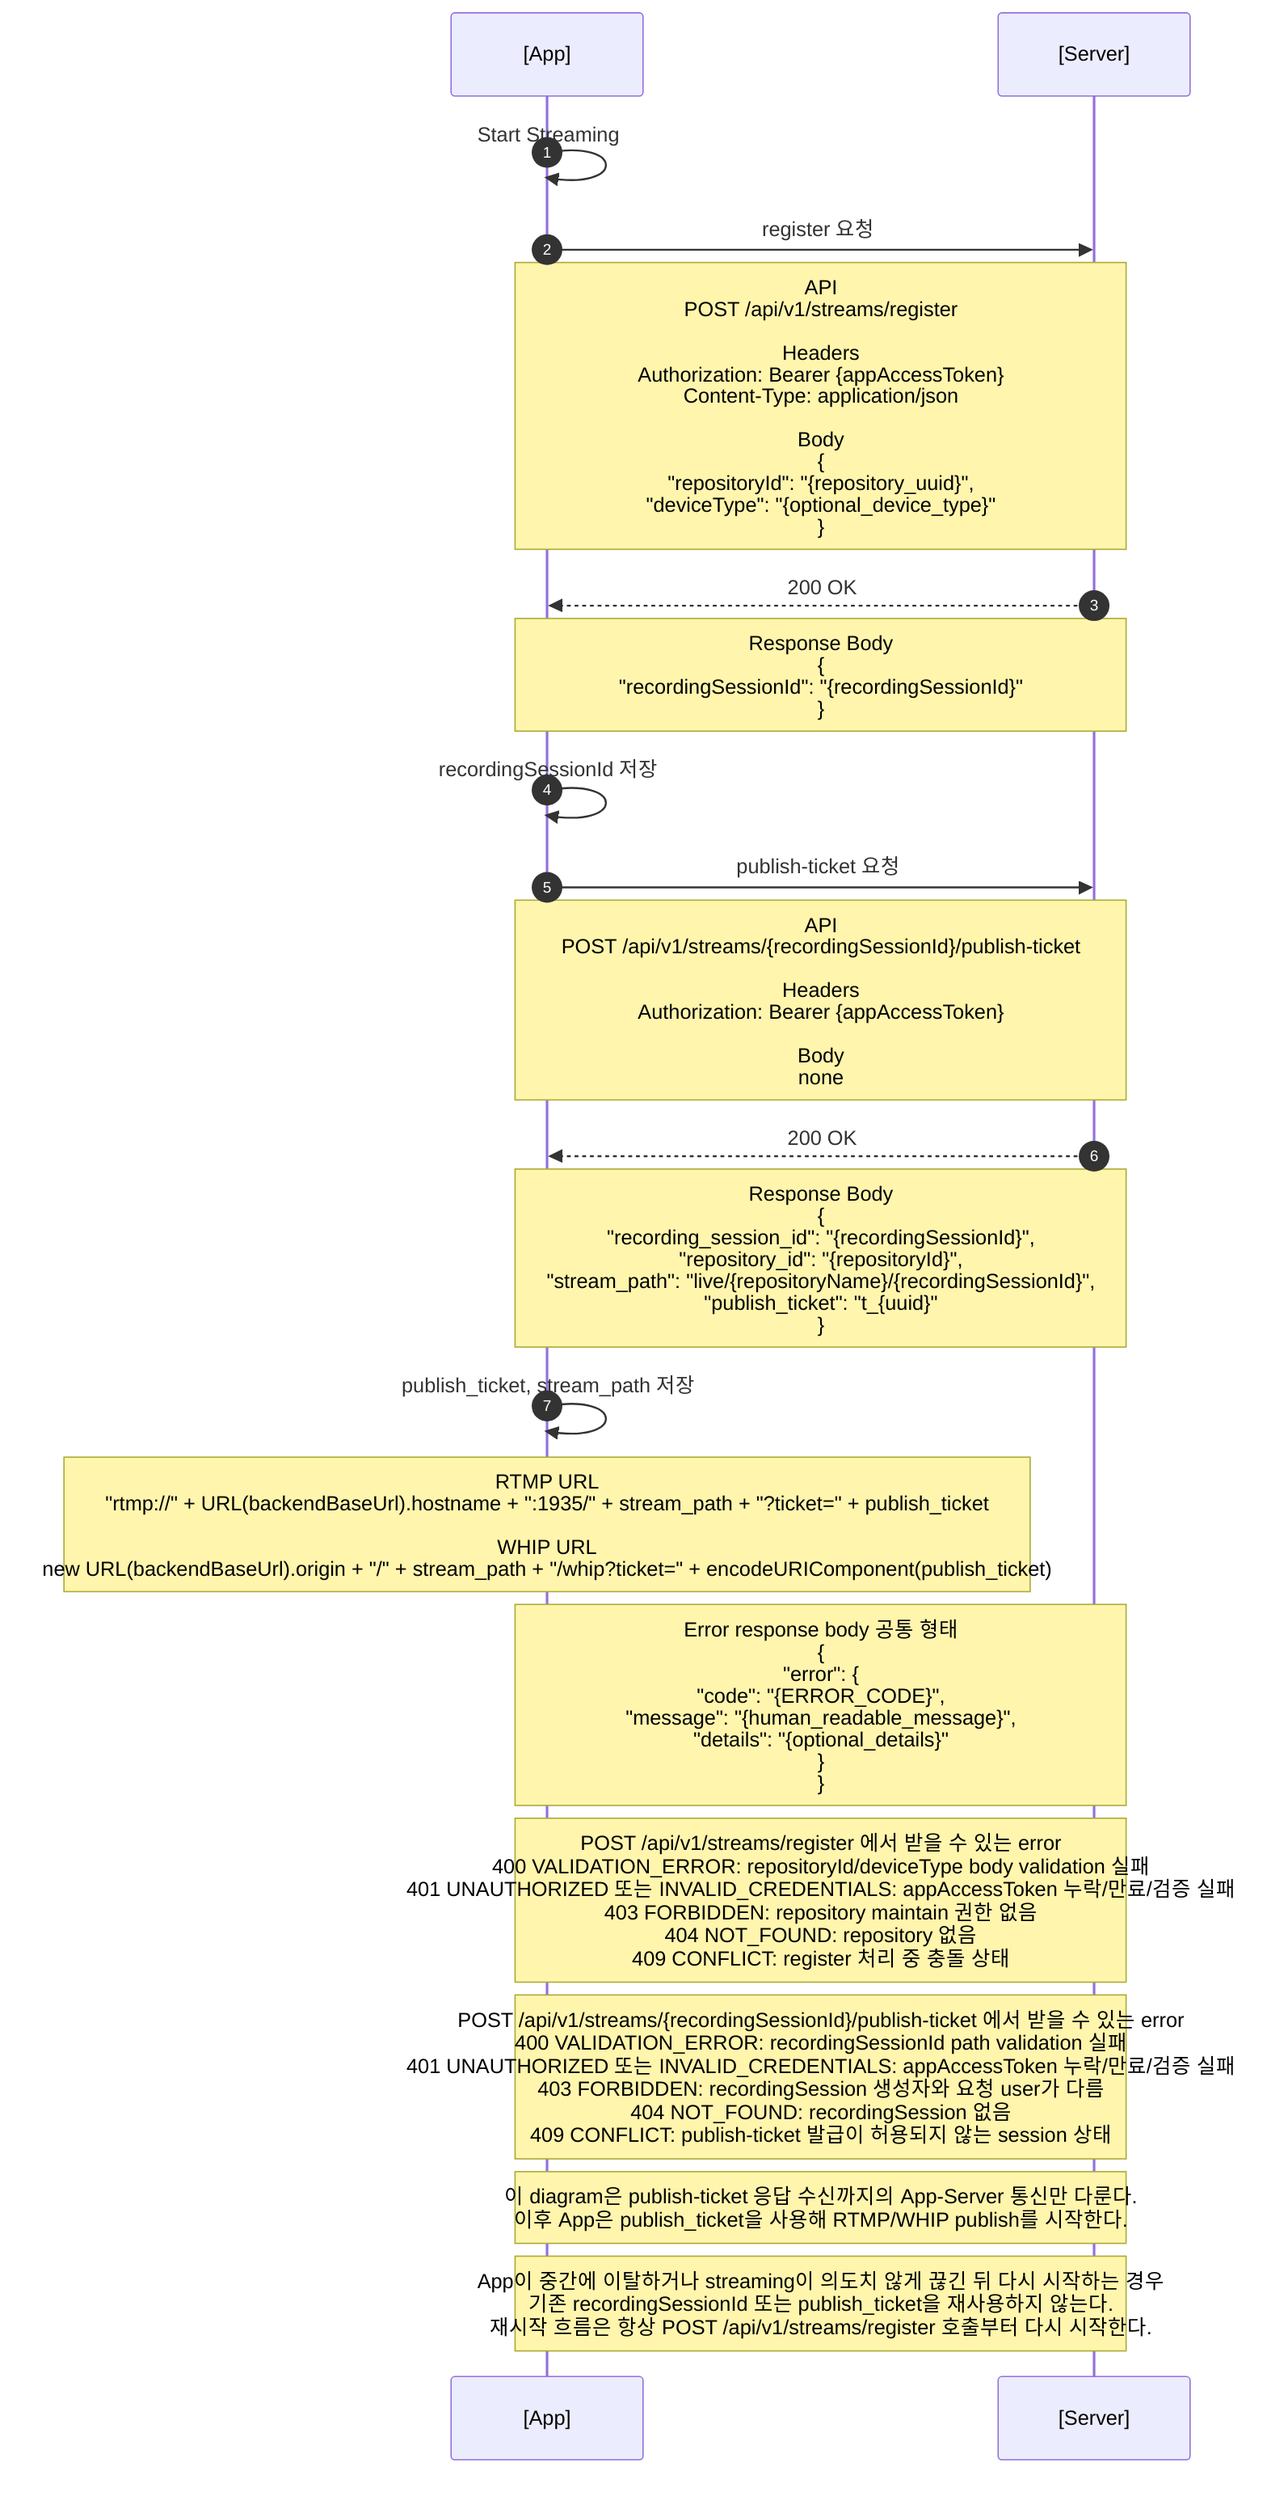
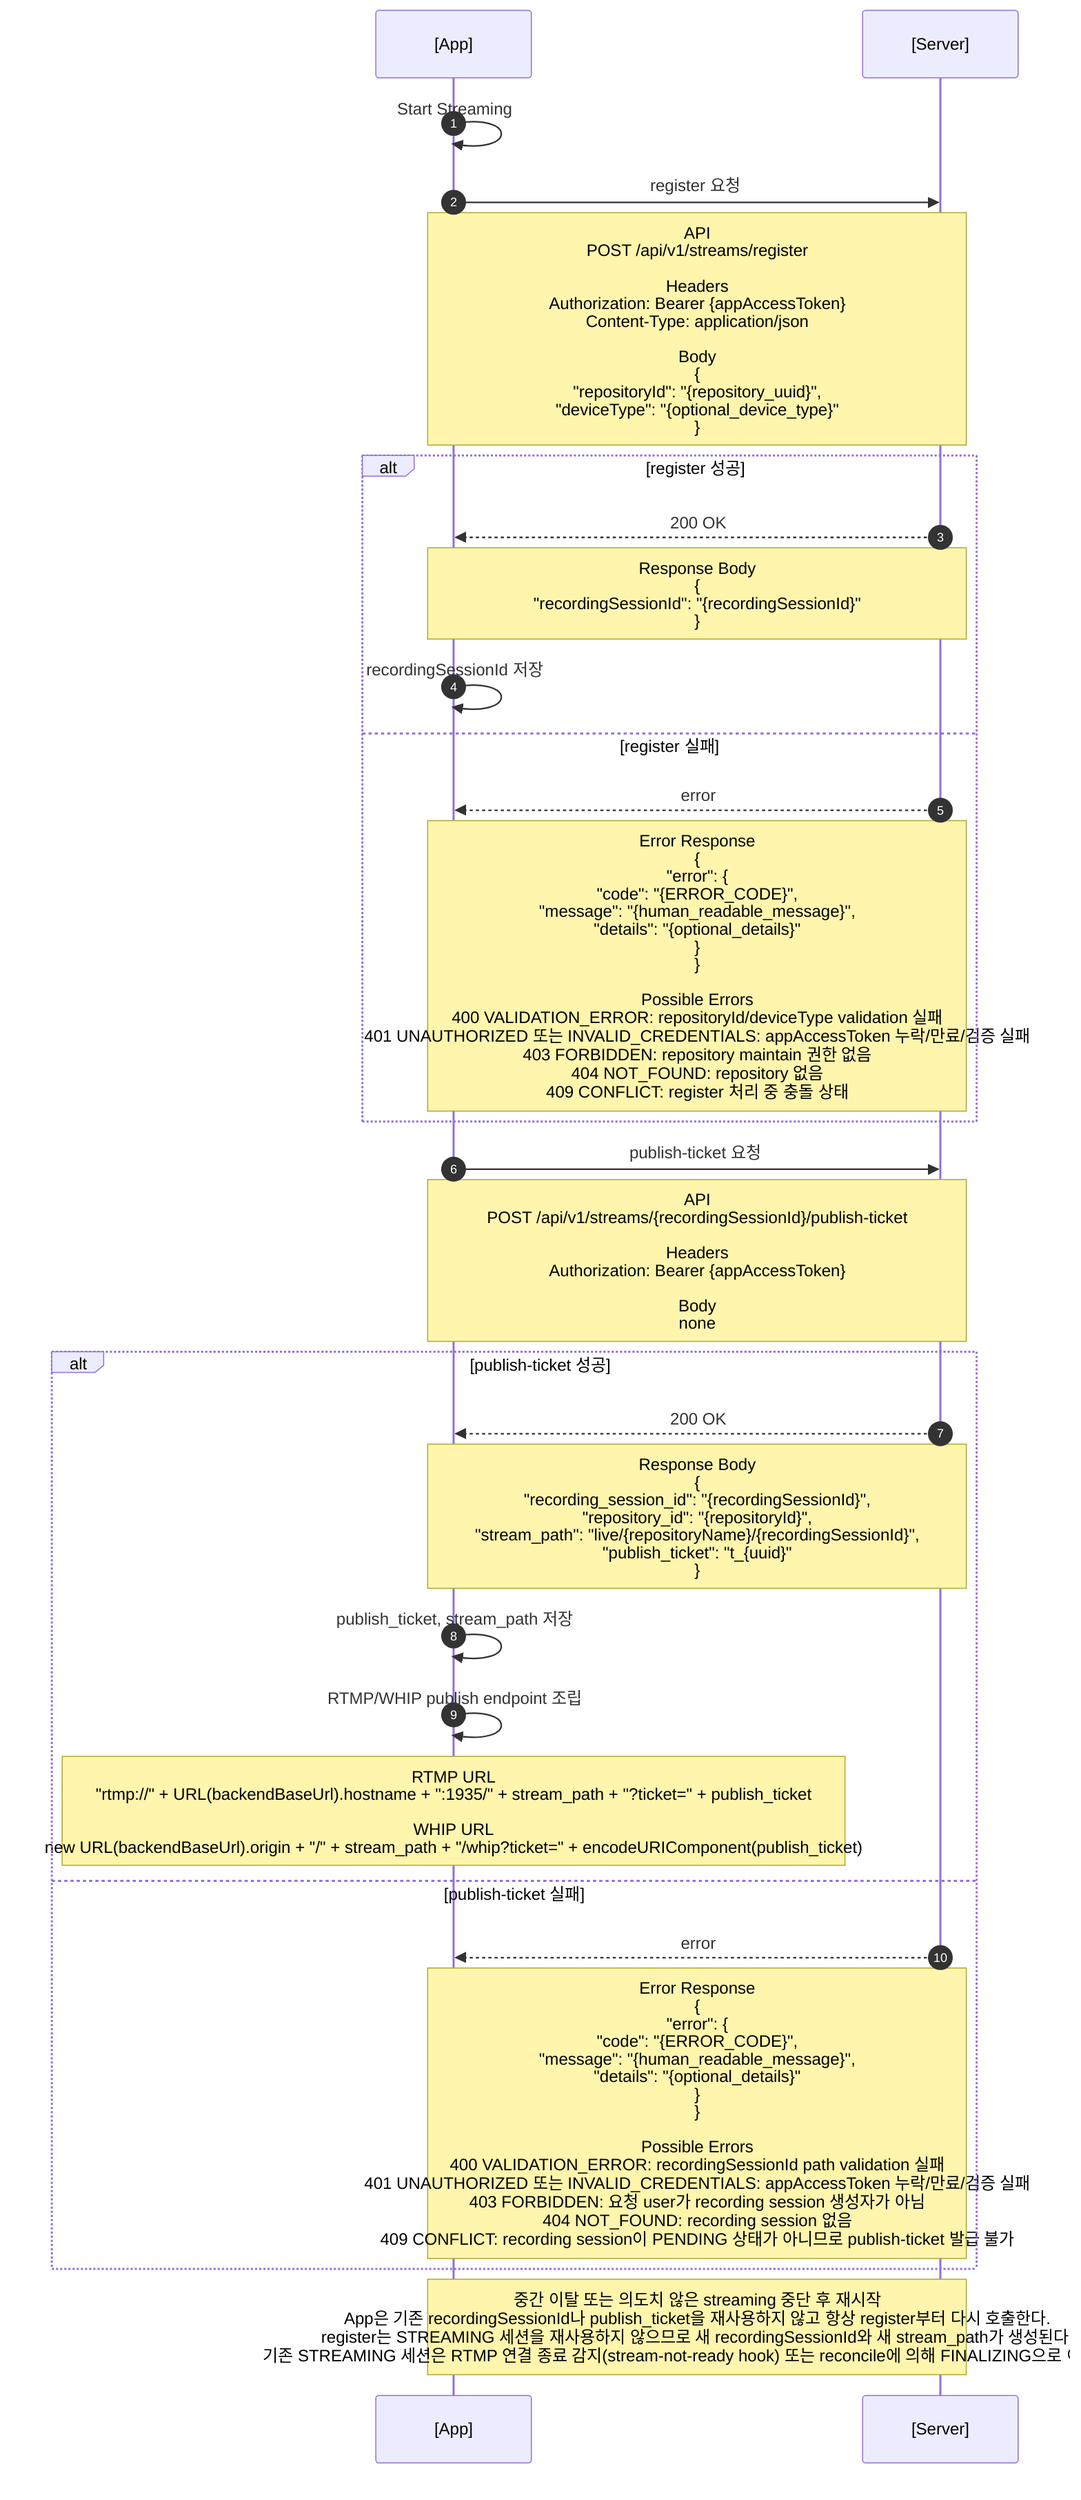
sequenceDiagram
  autonumber
  participant App as [App]
  participant Server as [Server]

  App->>App: Start Streaming

  App->>Server: register 요청
  Note over App,Server: API<br/>POST /api/v1/streams/register<br/><br/>Headers<br/>Authorization: Bearer {appAccessToken}<br/>Content-Type: application/json<br/><br/>Body<br/>{<br/>  "repositoryId": "{repository_uuid}",<br/>  "deviceType": "{optional_device_type}"<br/>}
-   Server-->>App: 200 OK
-   Note over App,Server: Response Body<br/>{<br/>  "recordingSessionId": "{recordingSessionId}"<br/>}
-   App->>App: recordingSessionId 저장
+ 
+   alt register 성공
+     Server-->>App: 200 OK
+     Note over App,Server: Response Body<br/>{<br/>  "recordingSessionId": "{recordingSessionId}"<br/>}
+     App->>App: recordingSessionId 저장
+   else register 실패
+     Server-->>App: error
+     Note over App,Server: Error Response<br/>{<br/>  "error": {<br/>    "code": "{ERROR_CODE}",<br/>    "message": "{human_readable_message}",<br/>    "details": "{optional_details}"<br/>  }<br/>}<br/><br/>Possible Errors<br/>400 VALIDATION_ERROR: repositoryId/deviceType validation 실패<br/>401 UNAUTHORIZED 또는 INVALID_CREDENTIALS: appAccessToken 누락/만료/검증 실패<br/>403 FORBIDDEN: repository maintain 권한 없음<br/>404 NOT_FOUND: repository 없음<br/>409 CONFLICT: register 처리 중 충돌 상태
+   end

  App->>Server: publish-ticket 요청
  Note over App,Server: API<br/>POST /api/v1/streams/{recordingSessionId}/publish-ticket<br/><br/>Headers<br/>Authorization: Bearer {appAccessToken}<br/><br/>Body<br/>none
-   Server-->>App: 200 OK
-   Note over App,Server: Response Body<br/>{<br/>  "recording_session_id": "{recordingSessionId}",<br/>  "repository_id": "{repositoryId}",<br/>  "stream_path": "live/{repositoryName}/{recordingSessionId}",<br/>  "publish_ticket": "t_{uuid}"<br/>}
-   App->>App: publish_ticket, stream_path 저장
-   Note over App: RTMP URL<br/>"rtmp://" + URL(backendBaseUrl).hostname + ":1935/" + stream_path + "?ticket=" + publish_ticket<br/><br/>WHIP URL<br/>new URL(backendBaseUrl).origin + "/" + stream_path + "/whip?ticket=" + encodeURIComponent(publish_ticket)

-   Note over App,Server: Error response body 공통 형태<br/>{<br/>  "error": {<br/>    "code": "{ERROR_CODE}",<br/>    "message": "{human_readable_message}",<br/>    "details": "{optional_details}"<br/>  }<br/>}
+   alt publish-ticket 성공
+     Server-->>App: 200 OK
+     Note over App,Server: Response Body<br/>{<br/>  "recording_session_id": "{recordingSessionId}",<br/>  "repository_id": "{repositoryId}",<br/>  "stream_path": "live/{repositoryName}/{recordingSessionId}",<br/>  "publish_ticket": "t_{uuid}"<br/>}
+     App->>App: publish_ticket, stream_path 저장
+     App->>App: RTMP/WHIP publish endpoint 조립
+     Note over App: RTMP URL<br/>"rtmp://" + URL(backendBaseUrl).hostname + ":1935/" + stream_path + "?ticket=" + publish_ticket<br/><br/>WHIP URL<br/>new URL(backendBaseUrl).origin + "/" + stream_path + "/whip?ticket=" + encodeURIComponent(publish_ticket)
+   else publish-ticket 실패
+     Server-->>App: error
+     Note over App,Server: Error Response<br/>{<br/>  "error": {<br/>    "code": "{ERROR_CODE}",<br/>    "message": "{human_readable_message}",<br/>    "details": "{optional_details}"<br/>  }<br/>}<br/><br/>Possible Errors<br/>400 VALIDATION_ERROR: recordingSessionId path validation 실패<br/>401 UNAUTHORIZED 또는 INVALID_CREDENTIALS: appAccessToken 누락/만료/검증 실패<br/>403 FORBIDDEN: 요청 user가 recording session 생성자가 아님<br/>404 NOT_FOUND: recording session 없음<br/>409 CONFLICT: recording session이 PENDING 상태가 아니므로 publish-ticket 발급 불가
+   end

-   Note over App,Server: POST /api/v1/streams/register 에서 받을 수 있는 error<br/>400 VALIDATION_ERROR: repositoryId/deviceType body validation 실패<br/>401 UNAUTHORIZED 또는 INVALID_CREDENTIALS: appAccessToken 누락/만료/검증 실패<br/>403 FORBIDDEN: repository maintain 권한 없음<br/>404 NOT_FOUND: repository 없음<br/>409 CONFLICT: register 처리 중 충돌 상태
- 
-   Note over App,Server: POST /api/v1/streams/{recordingSessionId}/publish-ticket 에서 받을 수 있는 error<br/>400 VALIDATION_ERROR: recordingSessionId path validation 실패<br/>401 UNAUTHORIZED 또는 INVALID_CREDENTIALS: appAccessToken 누락/만료/검증 실패<br/>403 FORBIDDEN: recordingSession 생성자와 요청 user가 다름<br/>404 NOT_FOUND: recordingSession 없음<br/>409 CONFLICT: publish-ticket 발급이 허용되지 않는 session 상태
- 
-   Note over App,Server: 이 diagram은 publish-ticket 응답 수신까지의 App-Server 통신만 다룬다.<br/>이후 App은 publish_ticket을 사용해 RTMP/WHIP publish를 시작한다.
-   Note over App,Server: App이 중간에 이탈하거나 streaming이 의도치 않게 끊긴 뒤 다시 시작하는 경우<br/>기존 recordingSessionId 또는 publish_ticket을 재사용하지 않는다.<br/>재시작 흐름은 항상 POST /api/v1/streams/register 호출부터 다시 시작한다.
+   Note over App,Server: 중간 이탈 또는 의도치 않은 streaming 중단 후 재시작<br/>App은 기존 recordingSessionId나 publish_ticket을 재사용하지 않고 항상 register부터 다시 호출한다.<br/>register는 STREAMING 세션을 재사용하지 않으므로 새 recordingSessionId와 새 stream_path가 생성된다.<br/>기존 STREAMING 세션은 RTMP 연결 종료 감지(stream-not-ready hook) 또는 reconcile에 의해 FINALIZING으로 이동한다.
